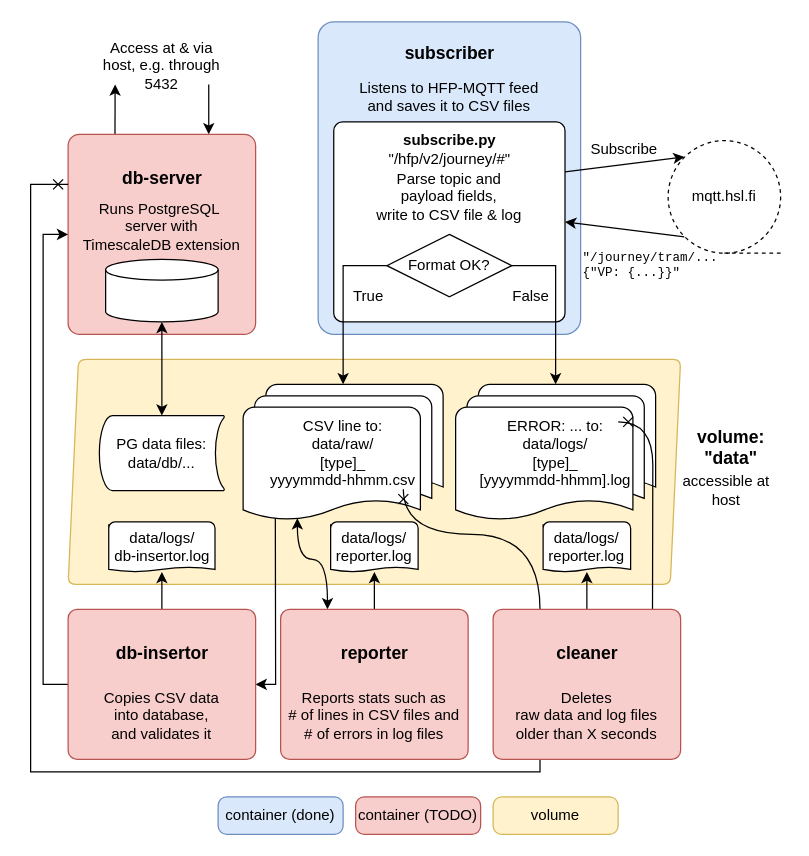
The draw.io diagram page "architecture" (2 of 2) of docs/hfplogger.drawio in datarttu/hfplogger, before the edit. Source tidied: cells renumbered, new cells numbered last; positions are measured from the earlier drawing's top-left corner, leaving out a move shared by most shapes. Both pictures are drawn from the tidied source at 125%, with x=0, y=0 at pixel (30, 21).
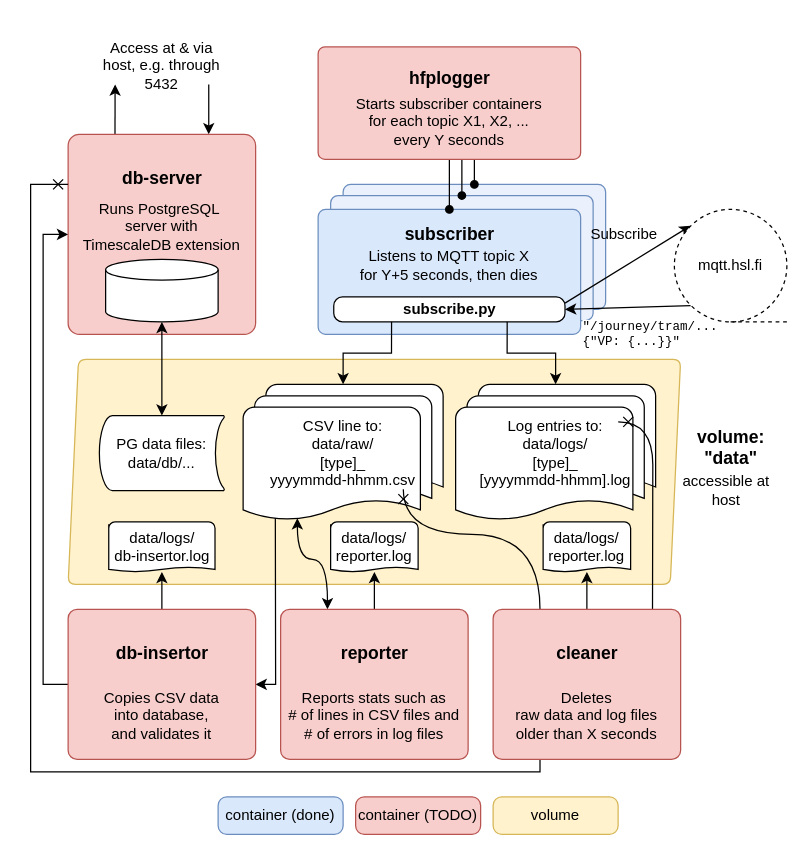
After the change.

The change refers to these unchanged cells:
```xml
<mxCell id="22" value="&lt;span style=&quot;white-space: normal&quot;&gt;CSV line to:&lt;/span&gt;&lt;br style=&quot;white-space: normal&quot;&gt;&lt;span style=&quot;white-space: normal&quot;&gt;data/raw/&lt;/span&gt;&lt;br style=&quot;white-space: normal&quot;&gt;&lt;span style=&quot;white-space: normal&quot;&gt;[type]_&lt;/span&gt;&lt;br style=&quot;white-space: normal&quot;&gt;&lt;span style=&quot;white-space: normal&quot;&gt;yyyymmdd-hhmm.csv&lt;/span&gt;" style="strokeWidth=1;html=1;shape=mxgraph.flowchart.multi-document;whiteSpace=wrap;" parent="1" vertex="1">
  <mxGeometry x="170" y="290" width="160" height="110" as="geometry" />
</mxCell>
```

Change to the diagram source:
```diff
@@
+    <mxCell id="57" style="rounded=1;whiteSpace=wrap;html=1;strokeColor=#6c8ebf;fillColor=#EAF0FC;align=right;strokeWidth=1;perimeterSpacing=0;arcSize=6;" parent="1" vertex="1">
+      <mxGeometry x="250" y="130" width="210" height="100" as="geometry" />
+    </mxCell>
+    <mxCell id="58" style="rounded=1;whiteSpace=wrap;html=1;strokeColor=#6c8ebf;fillColor=#EAF0FC;align=right;strokeWidth=1;perimeterSpacing=0;arcSize=6;" parent="1" vertex="1">
+      <mxGeometry x="240" y="138.9" width="210" height="100" as="geometry" />
+    </mxCell>
@@
     <mxCell id="6" style="rounded=1;whiteSpace=wrap;html=1;strokeColor=#6c8ebf;fillColor=#dae8fc;align=right;strokeWidth=1;perimeterSpacing=0;arcSize=6;" parent="1" vertex="1">
-      <mxGeometry x="230" width="210" height="250" as="geometry" />
+      <mxGeometry x="230" y="150" width="210" height="100" as="geometry" />
     </mxCell>
@@
     <mxCell id="8" style="rounded=1;whiteSpace=wrap;html=1;absoluteArcSize=1;arcSize=14;strokeWidth=1;" parent="1" vertex="1">
-      <mxGeometry x="242.5" y="80" width="185" height="160" as="geometry" />
+      <mxGeometry x="242.5" y="220" width="185" height="20" as="geometry" />
     </mxCell>
     <mxCell id="9" value="Subscribe" style="text;html=1;strokeColor=none;fillColor=none;align=center;verticalAlign=middle;whiteSpace=wrap;rounded=0;dashed=1;" parent="1" vertex="1">
-      <mxGeometry x="440" y="91.9" width="70" height="20" as="geometry" />
+      <mxGeometry x="440" y="160" width="70" height="20" as="geometry" />
     </mxCell>
     <mxCell id="10" value="&lt;pre style=&quot;font-size: 10px&quot;&gt;&lt;font style=&quot;font-size: 10px&quot;&gt;&lt;span style=&quot;white-space: nowrap ; background-color: rgb(255 , 255 , 255)&quot;&gt;&quot;/journey/tram/...&lt;br&gt; &lt;/span&gt;&lt;span style=&quot;white-space: nowrap ; background-color: rgb(255 , 255 , 255)&quot;&gt;{&quot;VP: {...}}&quot;&lt;/span&gt;&lt;/font&gt;&lt;/pre&gt;" style="text;html=1;strokeColor=none;fillColor=none;align=left;verticalAlign=middle;whiteSpace=wrap;rounded=0;dashed=1;" parent="1" vertex="1">
-      <mxGeometry x="440" y="185" width="115" height="20" as="geometry" />
+      <mxGeometry x="440" y="240" width="115" height="20" as="geometry" />
     </mxCell>
-    <mxCell id="11" style="edgeStyle=orthogonalEdgeStyle;rounded=0;jettySize=auto;html=1;exitX=1;exitY=0.5;exitDx=0;exitDy=0;exitPerimeter=0;entryX=0.5;entryY=0;entryDx=0;entryDy=0;entryPerimeter=0;" parent="1" edge="1" source="13" target="23">
+    <mxCell id="11" style="edgeStyle=orthogonalEdgeStyle;rounded=0;jettySize=auto;html=1;entryX=0.5;entryY=0;entryDx=0;entryDy=0;entryPerimeter=0;exitX=0.75;exitY=1;exitDx=0;exitDy=0;" parent="1" edge="1" source="8" target="23">
       <mxGeometry relative="1" as="geometry" />
     </mxCell>
-    <mxCell id="12" style="edgeStyle=orthogonalEdgeStyle;rounded=0;jettySize=auto;html=1;exitX=0;exitY=0.5;exitDx=0;exitDy=0;exitPerimeter=0;entryX=0.5;entryY=0;entryDx=0;entryDy=0;entryPerimeter=0;" parent="1" edge="1" source="13" target="22">
+    <mxCell id="12" style="edgeStyle=orthogonalEdgeStyle;rounded=0;jettySize=auto;html=1;exitX=0.25;exitY=1;exitDx=0;exitDy=0;entryX=0.5;entryY=0;entryDx=0;entryDy=0;entryPerimeter=0;" parent="1" edge="1" source="8" target="22">
       <mxGeometry relative="1" as="geometry" />
     </mxCell>
-    <mxCell id="13" value="Format OK?" style="strokeWidth=1;html=1;shape=mxgraph.flowchart.decision;whiteSpace=wrap;align=center;" parent="1" vertex="1">
-      <mxGeometry x="285" y="170" width="100" height="50" as="geometry" />
-    </mxCell>
@@
     <mxCell id="15" value="mqtt.hsl.fi" style="strokeWidth=1;html=1;shape=mxgraph.flowchart.sequential_data;whiteSpace=wrap;align=center;dashed=1;" parent="1" vertex="1">
-      <mxGeometry x="510" y="95" width="90" height="90" as="geometry" />
+      <mxGeometry x="515" y="150" width="90" height="90" as="geometry" />
     </mxCell>
-    <mxCell id="16" style="edgeStyle=orthogonalEdgeStyle;rounded=0;jettySize=auto;html=1;exitX=1;exitY=0.5;exitDx=0;exitDy=0;exitPerimeter=0;entryX=0;entryY=0.5;entryDx=0;entryDy=0;entryPerimeter=0;" parent="1" edge="1" source="13">
+    <mxCell id="16" style="edgeStyle=orthogonalEdgeStyle;rounded=0;orthogonalLoop=1;jettySize=auto;html=1;exitX=1;exitY=0.5;exitDx=0;exitDy=0;exitPerimeter=0;entryX=0;entryY=0.5;entryDx=0;entryDy=0;entryPerimeter=0;" parent="1" edge="1">
       <mxGeometry relative="1" as="geometry">
+        <mxPoint x="385" y="195" as="sourcePoint" />
         <mxPoint x="385" y="195" as="targetPoint" />
       </mxGeometry>
     </mxCell>
-    <mxCell id="17" value="False" style="text;html=1;align=center;verticalAlign=middle;" parent="1" vertex="1">
-      <mxGeometry x="380" y="210" width="40" height="20" as="geometry" />
-    </mxCell>
-    <mxCell id="18" value="&lt;b style=&quot;white-space: normal&quot;&gt;subscribe.py&lt;/b&gt;&lt;br style=&quot;white-space: normal&quot;&gt;&lt;span style=&quot;white-space: normal&quot;&gt;&quot;/hfp/v2/journey/#&quot;&lt;/span&gt;" style="text;html=1;align=center;verticalAlign=middle;" parent="1" vertex="1">
-      <mxGeometry x="280" y="86.9" width="110" height="30" as="geometry" />
+    <mxCell id="18" value="&lt;b style=&quot;white-space: normal&quot;&gt;subscribe.py&lt;/b&gt;" style="text;html=1;align=center;verticalAlign=middle;" parent="1" vertex="1">
+      <mxGeometry x="290" y="220" width="90" height="20" as="geometry" />
     </mxCell>
-    <mxCell id="19" value="True" style="text;html=1;align=center;verticalAlign=middle;" parent="1" vertex="1">
-      <mxGeometry x="250" y="210" width="40" height="20" as="geometry" />
-    </mxCell>
@@
-    <mxCell id="23" value="ERROR: ... to:&lt;br&gt;data/logs/&lt;br&gt;[type]_&lt;br&gt;[yyyymmdd-hhmm].log" style="strokeWidth=1;html=1;shape=mxgraph.flowchart.multi-document;whiteSpace=wrap;" parent="1" vertex="1">
+    <mxCell id="23" value="Log entries to:&lt;br&gt;data/logs/&lt;br&gt;[type]_&lt;br&gt;[yyyymmdd-hhmm].log" style="strokeWidth=1;html=1;shape=mxgraph.flowchart.multi-document;whiteSpace=wrap;" parent="1" vertex="1">
       <mxGeometry x="340" y="290" width="160" height="110" as="geometry" />
     </mxCell>
     <mxCell id="24" value="&lt;h3&gt;&lt;font style=&quot;font-size: 14px ; line-height: 70%&quot;&gt;subscriber&lt;/font&gt;&lt;/h3&gt;" style="text;html=1;align=center;verticalAlign=middle;" parent="1" vertex="1">
-      <mxGeometry x="290" width="90" height="50" as="geometry" />
+      <mxGeometry x="290" y="145" width="90" height="50" as="geometry" />
     </mxCell>
@@
-    <mxCell id="34" value="&lt;span style=&quot;white-space: nowrap&quot;&gt;Listens to HFP-MQTT feed&lt;/span&gt;&lt;br style=&quot;white-space: nowrap&quot;&gt;&lt;span style=&quot;white-space: nowrap&quot;&gt;and saves it to CSV files&lt;/span&gt;" style="text;html=1;strokeColor=none;fillColor=none;align=center;verticalAlign=middle;whiteSpace=wrap;rounded=0;" parent="1" vertex="1">
-      <mxGeometry x="250" y="45" width="170" height="30" as="geometry" />
+    <mxCell id="34" value="Listens to MQTT topic X&lt;br&gt;for Y+5 seconds, then dies" style="text;html=1;strokeColor=none;fillColor=none;align=center;verticalAlign=middle;whiteSpace=wrap;rounded=0;" parent="1" vertex="1">
+      <mxGeometry x="250" y="180" width="170" height="30" as="geometry" />
     </mxCell>
@@
-    <mxCell id="37" value="&lt;span style=&quot;white-space: nowrap;&quot;&gt;Parse topic and &lt;br&gt;payload fields,&lt;br&gt;write to CSV file &amp;amp; log&lt;br&gt;&lt;/span&gt;" style="text;html=1;strokeColor=none;fillColor=none;align=center;verticalAlign=middle;whiteSpace=wrap;rounded=0;" parent="1" vertex="1">
-      <mxGeometry x="270" y="105" width="130" height="70" as="geometry" />
-    </mxCell>
@@
+    <mxCell id="59" style="edgeStyle=orthogonalEdgeStyle;rounded=0;jettySize=auto;html=1;exitX=0.5;exitY=1;exitDx=0;exitDy=0;endArrow=oval;endFill=1;" parent="1" edge="1" source="62" target="6">
+      <mxGeometry relative="1" as="geometry" />
+    </mxCell>
+    <mxCell id="60" style="edgeStyle=orthogonalEdgeStyle;rounded=0;jettySize=auto;html=1;exitX=0.5;exitY=1;exitDx=0;exitDy=0;entryX=0.5;entryY=0;entryDx=0;entryDy=0;endArrow=oval;endFill=1;" parent="1" edge="1" source="62" target="58">
+      <mxGeometry relative="1" as="geometry" />
+    </mxCell>
+    <mxCell id="61" style="edgeStyle=orthogonalEdgeStyle;rounded=0;jettySize=auto;html=1;exitX=0.5;exitY=1;exitDx=0;exitDy=0;entryX=0.5;entryY=0;entryDx=0;entryDy=0;endArrow=oval;endFill=1;" parent="1" edge="1" source="62" target="57">
+      <mxGeometry relative="1" as="geometry" />
+    </mxCell>
+    <mxCell id="62" style="rounded=1;whiteSpace=wrap;html=1;strokeColor=#b85450;fillColor=#f8cecc;align=right;strokeWidth=1;perimeterSpacing=0;arcSize=6;" parent="1" vertex="1">
+      <mxGeometry x="230" y="20" width="210" height="90" as="geometry" />
+    </mxCell>
+    <mxCell id="63" value="&lt;h3&gt;&lt;font style=&quot;font-size: 14px ; line-height: 70%&quot;&gt;hfplogger&lt;/font&gt;&lt;/h3&gt;" style="text;html=1;align=center;verticalAlign=middle;" parent="1" vertex="1">
+      <mxGeometry x="295" y="20" width="80" height="50" as="geometry" />
+    </mxCell>
+    <mxCell id="64" value="Starts subscriber containers&lt;br&gt;for each topic X1, X2, ...&lt;br&gt;every Y seconds" style="text;html=1;strokeColor=none;fillColor=none;align=center;verticalAlign=middle;whiteSpace=wrap;rounded=0;" parent="1" vertex="1">
+      <mxGeometry x="250" y="60" width="170" height="40" as="geometry" />
+    </mxCell>
```
